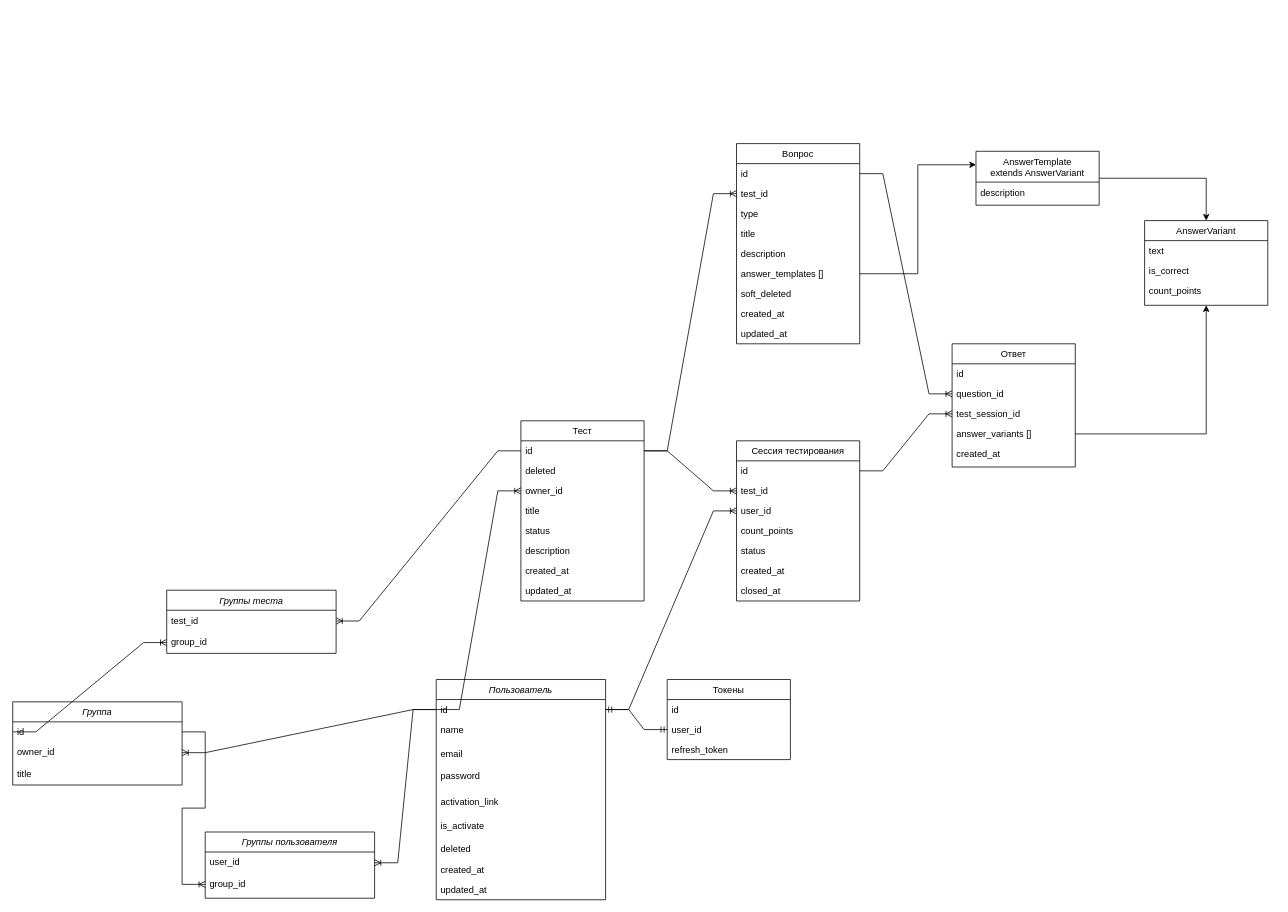
This is server/schema.drawio from lenaezhova/test-master-java, a draw.io file, before an edit. Source tidied: cells renumbered, new cells numbered last; positions are measured from the earlier drawing's top-left corner, leaving out a move shared by most shapes. Both pictures are drawn from the tidied source at 77%, with x=0, y=0 at pixel (12, 143).
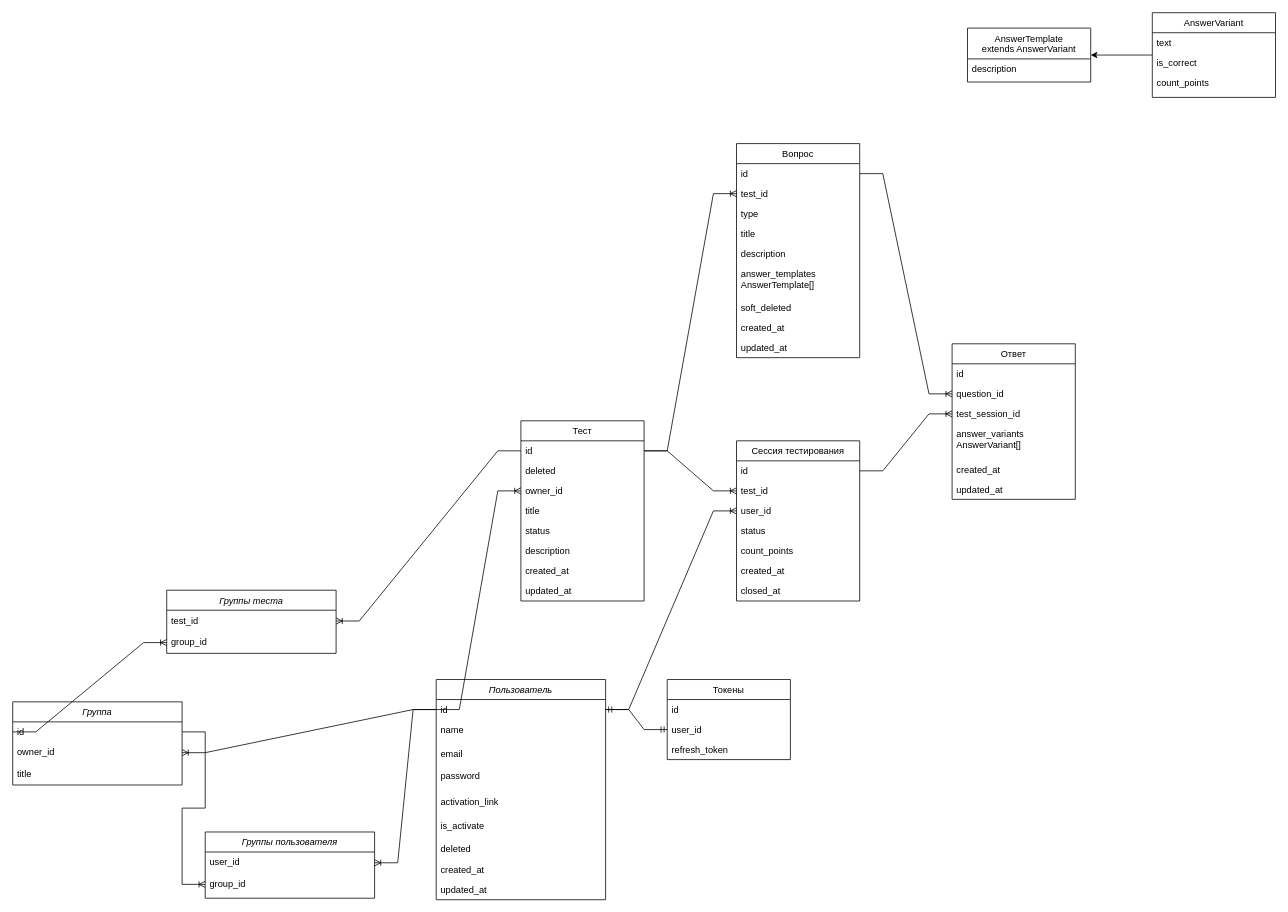
After the change.

Unchanged cells that the change refers to:
```xml
<mxCell id="68" value="Сессия тестирования" style="swimlane;fontStyle=0;align=center;verticalAlign=top;horizontal=1;startSize=26;rounded=0;shadow=0;strokeWidth=1;" parent="1" vertex="1">
  <mxGeometry x="940" y="386" width="160" height="208" as="geometry" />
</mxCell>
```

The edit, as a diff of the source:
```diff
@@
     <mxCell id="22" value="Вопрос" style="swimlane;fontStyle=0;align=center;verticalAlign=top;horizontal=1;startSize=26;rounded=0;shadow=0;strokeWidth=1;" parent="1" vertex="1">
-      <mxGeometry x="940" width="160" height="260" as="geometry" />
+      <mxGeometry x="940" width="160" height="278" as="geometry" />
     </mxCell>
@@
-    <mxCell id="28" value="answer_templates []" style="text;align=left;verticalAlign=top;spacingLeft=4;spacingRight=4;overflow=hidden;points=[[0,0.5],[1,0.5]];portConstraint=eastwest;rounded=0;shadow=0;html=0;" parent="22" vertex="1">
-      <mxGeometry y="156" width="160" height="26" as="geometry" />
+    <mxCell id="28" value="answer_templates &#10;AnswerTemplate[]" style="text;align=left;verticalAlign=top;spacingLeft=4;spacingRight=4;overflow=hidden;points=[[0,0.5],[1,0.5]];portConstraint=eastwest;rounded=0;shadow=0;html=0;" parent="22" vertex="1">
+      <mxGeometry y="156" width="160" height="44" as="geometry" />
     </mxCell>
     <mxCell id="29" value="soft_deleted" style="text;align=left;verticalAlign=top;spacingLeft=4;spacingRight=4;overflow=hidden;rounded=0;shadow=0;html=0;" parent="22" vertex="1">
-      <mxGeometry y="182" width="160" height="26" as="geometry" />
+      <mxGeometry y="200" width="160" height="26" as="geometry" />
     </mxCell>
     <mxCell id="30" value="created_at" style="text;align=left;verticalAlign=top;spacingLeft=4;spacingRight=4;overflow=hidden;rounded=0;shadow=0;html=0;" parent="22" vertex="1">
-      <mxGeometry y="208" width="160" height="26" as="geometry" />
+      <mxGeometry y="226" width="160" height="26" as="geometry" />
     </mxCell>
     <mxCell id="31" value="updated_at" style="text;align=left;verticalAlign=top;spacingLeft=4;spacingRight=4;overflow=hidden;rounded=0;shadow=0;html=0;" parent="22" vertex="1">
-      <mxGeometry y="234" width="160" height="26" as="geometry" />
+      <mxGeometry y="252" width="160" height="26" as="geometry" />
     </mxCell>
     <mxCell id="32" value="Ответ" style="swimlane;fontStyle=0;align=center;verticalAlign=top;horizontal=1;startSize=26;rounded=0;shadow=0;strokeWidth=1;" parent="1" vertex="1">
-      <mxGeometry x="1220" y="260" width="160" height="160" as="geometry" />
+      <mxGeometry x="1220" y="260" width="160" height="202" as="geometry" />
     </mxCell>
@@
-    <mxCell id="36" value="answer_variants []" style="text;align=left;verticalAlign=top;spacingLeft=4;spacingRight=4;overflow=hidden;points=[[0,0.5],[1,0.5]];portConstraint=eastwest;rounded=0;shadow=0;html=0;" parent="32" vertex="1">
-      <mxGeometry y="104" width="160" height="26" as="geometry" />
+    <mxCell id="36" value="answer_variants &#10;AnswerVariant[]" style="text;align=left;verticalAlign=top;spacingLeft=4;spacingRight=4;overflow=hidden;points=[[0,0.5],[1,0.5]];portConstraint=eastwest;rounded=0;shadow=0;html=0;" parent="32" vertex="1">
+      <mxGeometry y="104" width="160" height="46" as="geometry" />
     </mxCell>
     <mxCell id="37" value="created_at" style="text;align=left;verticalAlign=top;spacingLeft=4;spacingRight=4;overflow=hidden;rounded=0;shadow=0;html=0;" parent="32" vertex="1">
-      <mxGeometry y="130" width="160" height="26" as="geometry" />
+      <mxGeometry y="150" width="160" height="26" as="geometry" />
     </mxCell>
+    <mxCell id="84" value="updated_at&#10;" style="text;align=left;verticalAlign=top;spacingLeft=4;spacingRight=4;overflow=hidden;rounded=0;shadow=0;html=0;" parent="32" vertex="1">
+      <mxGeometry y="176" width="160" height="26" as="geometry" />
+    </mxCell>
@@
+    <mxCell id="85" style="edgeStyle=orthogonalEdgeStyle;rounded=0;jettySize=auto;html=1;entryX=1;entryY=0.5;entryDx=0;entryDy=0;" parent="1" edge="1" source="47" target="80">
+      <mxGeometry relative="1" as="geometry" />
+    </mxCell>
     <mxCell id="47" value="AnswerVariant" style="swimlane;fontStyle=0;align=center;verticalAlign=top;horizontal=1;startSize=26;rounded=0;shadow=0;strokeWidth=1;" parent="1" vertex="1">
-      <mxGeometry x="1470" y="100" width="160" height="110" as="geometry" />
+      <mxGeometry x="1480" y="-170" width="160" height="110" as="geometry" />
     </mxCell>
@@
+    <mxCell id="73" value="status" style="text;align=left;verticalAlign=top;spacingLeft=4;spacingRight=4;overflow=hidden;" parent="68" vertex="1">
+      <mxGeometry y="104" width="160" height="26" as="geometry" />
+    </mxCell>
     <mxCell id="72" value="count_points" style="text;align=left;verticalAlign=top;spacingLeft=4;spacingRight=4;overflow=hidden;" parent="68" vertex="1">
-      <mxGeometry y="104" width="160" height="26" as="geometry" />
+      <mxGeometry y="130" width="160" height="26" as="geometry" />
     </mxCell>
-    <mxCell id="73" value="status" style="text;align=left;verticalAlign=top;spacingLeft=4;spacingRight=4;overflow=hidden;" parent="68" vertex="1">
-      <mxGeometry y="130" width="160" height="26" as="geometry" />
-    </mxCell>
@@
-    <mxCell id="79" style="edgeStyle=orthogonalEdgeStyle;rounded=0;jettySize=auto;html=1;" parent="1" edge="1" source="80" target="47">
-      <mxGeometry relative="1" as="geometry" />
-    </mxCell>
     <mxCell id="80" value="AnswerTemplate&#10;extends AnswerVariant" style="swimlane;fontStyle=0;align=center;verticalAlign=top;horizontal=1;startSize=40;rounded=0;shadow=0;strokeWidth=1;" parent="1" vertex="1">
-      <mxGeometry x="1251" y="10" width="160" height="70" as="geometry" />
+      <mxGeometry x="1240" y="-150" width="160" height="70" as="geometry" />
     </mxCell>
@@
-    <mxCell id="82" style="edgeStyle=orthogonalEdgeStyle;rounded=0;jettySize=auto;html=1;entryX=0;entryY=0.25;entryDx=0;entryDy=0;" parent="1" edge="1" source="28" target="80">
-      <mxGeometry relative="1" as="geometry" />
-    </mxCell>
-    <mxCell id="83" style="edgeStyle=orthogonalEdgeStyle;rounded=0;jettySize=auto;html=1;entryX=0.5;entryY=1;entryDx=0;entryDy=0;" parent="1" edge="1" source="36" target="47">
-      <mxGeometry relative="1" as="geometry" />
-    </mxCell>
```
